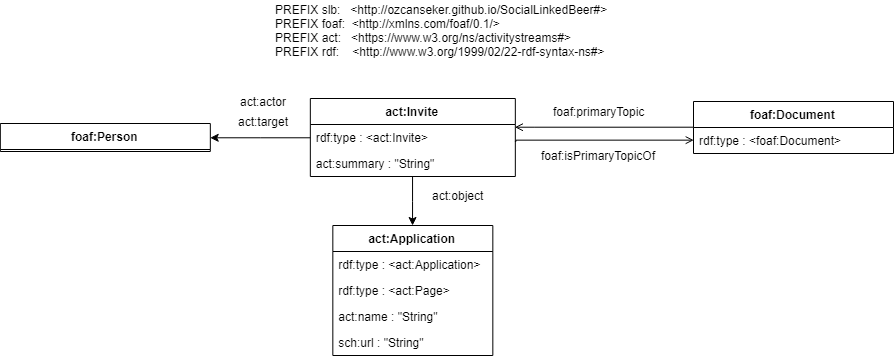
Above: docs/images/invontologie.png in ozcanseker/Social-linked-beer (draw.io), before the change. Source tidied: cells renumbered, new cells last; positions are measured from the earlier drawing's top-left corner, leaving out a move shared by most shapes.
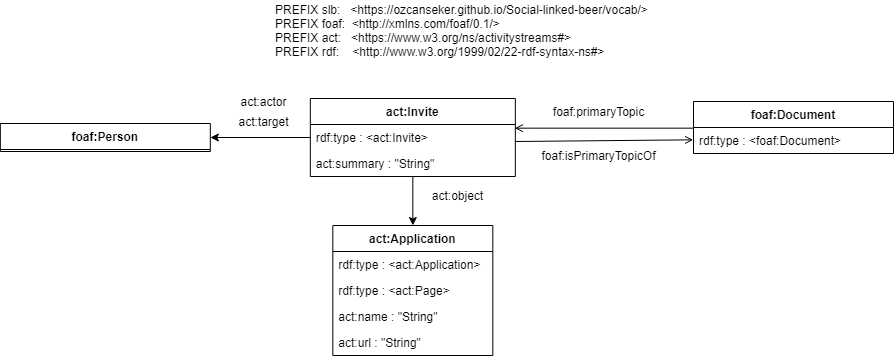
The same diagram one commit later.

What changed in the source:
```diff
@@ -2,8 +2,8 @@
   <root>
     <mxCell id="0" />
     <mxCell id="1" parent="0" />
-    <mxCell id="2" value="PREFIX slb:&amp;nbsp; &amp;nbsp;&amp;lt;http://ozcanseker.github.io/SocialLinkedBeer#&amp;gt;&lt;br&gt;PREFIX foaf:&amp;nbsp; &amp;lt;http://xmlns.com/foaf/0.1/&amp;gt;&amp;nbsp;&lt;br&gt;PREFIX act:&amp;nbsp; &amp;nbsp;&amp;lt;&lt;a href=&quot;https://www.w3.org/ns/activitystreams&quot;&gt;https://www.w3.org/ns/activitystreams#&lt;/a&gt;&amp;gt;&amp;nbsp;&lt;br&gt;PREFIX rdf:&amp;nbsp; &amp;nbsp; &amp;lt;http://www.w3.org/1999/02/22-rdf-syntax-ns#&amp;gt;&amp;nbsp;" style="text;html=1;align=left;verticalAlign=middle;" parent="1" vertex="1">
-      <mxGeometry x="273" width="350" height="60" as="geometry" />
+    <mxCell id="2" value="PREFIX slb:&amp;nbsp; &amp;nbsp;&amp;lt;https://ozcanseker.github.io/Social-linked-beer/vocab/&amp;gt;&lt;br&gt;PREFIX foaf:&amp;nbsp; &amp;lt;http://xmlns.com/foaf/0.1/&amp;gt;&amp;nbsp;&lt;br&gt;PREFIX act:&amp;nbsp; &amp;nbsp;&amp;lt;&lt;a href=&quot;https://www.w3.org/ns/activitystreams&quot;&gt;https://www.w3.org/ns/activitystreams#&lt;/a&gt;&amp;gt;&amp;nbsp;&lt;br&gt;PREFIX rdf:&amp;nbsp; &amp;nbsp; &amp;lt;http://www.w3.org/1999/02/22-rdf-syntax-ns#&amp;gt;&amp;nbsp;" style="text;html=1;align=left;verticalAlign=middle;" parent="1" vertex="1">
+      <mxGeometry x="273" width="390" height="60" as="geometry" />
     </mxCell>
     <mxCell id="3" value="act:Application" style="swimlane;fontStyle=1;align=center;verticalAlign=top;horizontal=1;startSize=26;" parent="1" vertex="1">
       <mxGeometry x="332.3" y="225" width="160" height="130" as="geometry" />
@@ -17,7 +17,7 @@
     <mxCell id="6" value="act:name : &quot;String&quot;&#10; " style="text;strokeColor=none;fillColor=none;align=left;verticalAlign=top;spacingLeft=4;spacingRight=4;overflow=hidden;" parent="3" vertex="1">
       <mxGeometry y="78" width="160" height="26" as="geometry" />
     </mxCell>
-    <mxCell id="7" value="sch:url : &quot;String&quot; " style="text;strokeColor=none;fillColor=none;align=left;verticalAlign=top;spacingLeft=4;spacingRight=4;overflow=hidden;" parent="3" vertex="1">
+    <mxCell id="7" value="act:url : &quot;String&quot; " style="text;strokeColor=none;fillColor=none;align=left;verticalAlign=top;spacingLeft=4;spacingRight=4;overflow=hidden;" parent="3" vertex="1">
       <mxGeometry y="104" width="160" height="26" as="geometry" />
     </mxCell>
     <mxCell id="8" value="foaf:Person" style="swimlane;fontStyle=1;align=center;verticalAlign=top;horizontal=1;startSize=26;" parent="1" vertex="1">
@@ -49,7 +49,7 @@
     </mxCell>
     <mxCell id="17" style="edgeStyle=orthogonalEdgeStyle;rounded=0;jettySize=auto;html=1;entryX=1;entryY=0;entryDx=0;entryDy=0;entryPerimeter=0;startArrow=none;startFill=0;startSize=0;sourcePerimeterSpacing=0;endArrow=open;endFill=0;endSize=6;targetPerimeterSpacing=0;" parent="1" edge="1" source="18">
       <mxGeometry relative="1" as="geometry">
-        <mxPoint x="514.4" y="126.7" as="targetPoint" />
+        <mxPoint x="514.3" y="127.7" as="targetPoint" />
         <Array as="points">
           <mxPoint x="534.8" y="127" />
           <mxPoint x="534.8" y="127" />
@@ -67,7 +67,7 @@
     </mxCell>
     <mxCell id="21" style="edgeStyle=orthogonalEdgeStyle;rounded=0;jettySize=auto;html=1;entryX=0;entryY=0.5;entryDx=0;entryDy=0;startArrow=none;startFill=0;sourcePerimeterSpacing=0;endArrow=open;endFill=0;targetPerimeterSpacing=0;startSize=0;" parent="1" edge="1" target="19">
       <mxGeometry relative="1" as="geometry">
-        <mxPoint x="514.4" y="140.8" as="sourcePoint" />
+        <mxPoint x="514.3" y="141" as="sourcePoint" />
         <Array as="points">
           <mxPoint x="515" y="140" />
         </Array>
```
